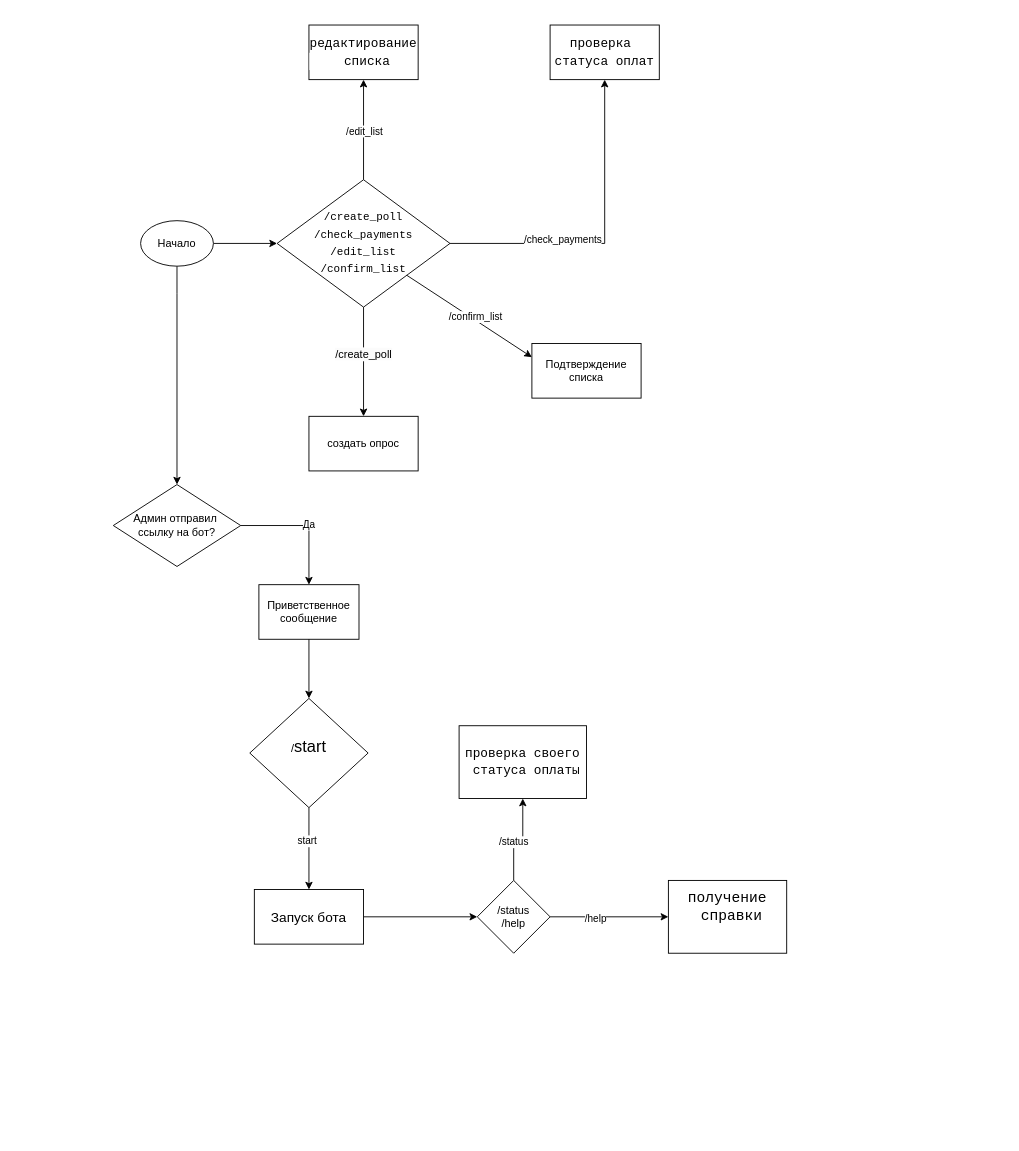
Above: Диаграмма без названия.drawio in NatashaTronina/tg_bot (draw.io), before the change. Source tidied: cells renumbered, new cells numbered last; positions are measured from the earlier drawing's top-left corner, leaving out a move shared by most shapes. Both pictures are drawn from the tidied source at 91%, with x=0, y=0 at pixel (113, 25).
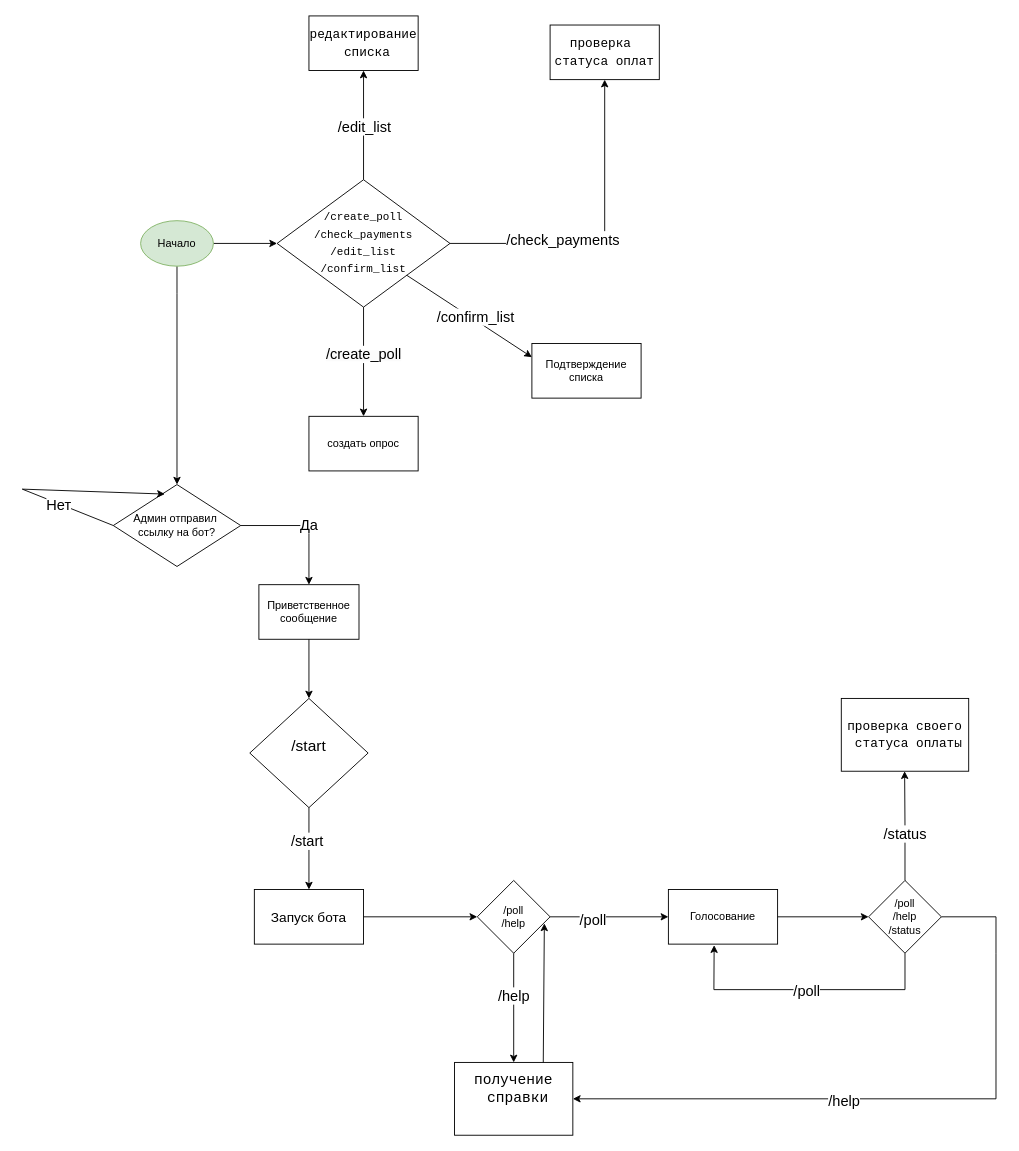
Above is the later version.

Commit message:
Диаграмма получше

Unchanged cells that the change refers to:
```xml
<mxCell id="2" style="edgeStyle=orthogonalEdgeStyle;rounded=0;jettySize=auto;html=1;" parent="1" edge="1" source="4" target="5">
  <mxGeometry relative="1" as="geometry" />
</mxCell>
<mxCell id="9" style="edgeStyle=orthogonalEdgeStyle;rounded=0;jettySize=auto;html=1;" parent="1" edge="1" source="15" target="16">
  <mxGeometry relative="1" as="geometry" />
</mxCell>
<mxCell id="11" style="edgeStyle=orthogonalEdgeStyle;rounded=0;jettySize=auto;html=1;" parent="1" edge="1" source="15" target="17">
  <mxGeometry relative="1" as="geometry" />
</mxCell>
<mxCell id="13" style="edgeStyle=orthogonalEdgeStyle;rounded=0;jettySize=auto;html=1;" parent="1" edge="1" source="15" target="18">
  <mxGeometry relative="1" as="geometry" />
</mxCell>
<mxCell id="20" style="endArrow=classic;html=1;rounded=0;entryX=0;entryY=0.25;entryDx=0;entryDy=0;exitX=1;exitY=1;exitDx=0;exitDy=0;" parent="1" edge="1" source="15" target="19">
  <mxGeometry relative="1" as="geometry" />
</mxCell>
<mxCell id="22" style="edgeStyle=orthogonalEdgeStyle;rounded=0;jettySize=auto;html=1;" parent="1" edge="1" source="24" target="26">
  <mxGeometry relative="1" as="geometry" />
</mxCell>
<mxCell id="30" style="edgeStyle=orthogonalEdgeStyle;rounded=0;jettySize=auto;html=1;" parent="1" edge="1" source="32" target="34">
  <mxGeometry relative="1" as="geometry" />
</mxCell>
```

The edit, as a diff of the source:
```diff
@@
-    <mxCell id="3" value="Да" style="edgeLabel;html=1;align=center;verticalAlign=middle;" parent="2" vertex="1">
+    <mxCell id="3" value="&lt;font style=&quot;font-size: 16px;&quot;&gt;Да&lt;/font&gt;" style="edgeLabel;html=1;align=center;verticalAlign=middle;" parent="2" vertex="1">
       <mxGeometry x="-0.19" y="2" relative="1" as="geometry">
         <mxPoint x="17" as="offset" />
       </mxGeometry>
     </mxCell>
-    <mxCell id="4" value="Админ отправил&amp;nbsp;&lt;div&gt;ссылку на бот?&lt;/div&gt;" style="rhombus;whiteSpace=wrap;html=1;rounded=0;" parent="1" vertex="1">
+    <mxCell id="4" value="Админ отправил&amp;nbsp;&lt;div&gt;ссылку на бот?&lt;/div&gt;" style="rhombus;whiteSpace=wrap;html=1;rounded=0;fillColor=none;" parent="1" vertex="1">
       <mxGeometry y="505" width="140" height="90" as="geometry" />
     </mxCell>
@@
-    <mxCell id="8" value="Начало" style="ellipse;whiteSpace=wrap;html=1;" parent="1" vertex="1">
+    <mxCell id="8" value="Начало" style="ellipse;whiteSpace=wrap;html=1;fillColor=#d5e8d4;strokeColor=#82b366;" parent="1" vertex="1">
       <mxGeometry x="30" y="215" width="80" height="50" as="geometry" />
     </mxCell>
@@
-    <mxCell id="10" value="&lt;span style=&quot;font-size: 12px; text-wrap-mode: wrap; background-color: rgb(251, 251, 251);&quot;&gt;/create_poll&lt;/span&gt;" style="edgeLabel;html=1;align=center;verticalAlign=middle;" parent="9" vertex="1">
+    <mxCell id="10" value="&lt;span style=&quot;text-wrap-mode: wrap; background-color: rgb(251, 251, 251);&quot;&gt;&lt;font style=&quot;font-size: 16px;&quot;&gt;/create_poll&lt;/font&gt;&lt;/span&gt;" style="edgeLabel;html=1;align=center;verticalAlign=middle;" parent="9" vertex="1">
       <mxGeometry x="-0.15" y="-1" relative="1" as="geometry" />
     </mxCell>
@@
-    <mxCell id="12" value="/check_payments" style="edgeLabel;html=1;align=center;verticalAlign=middle;" parent="11" vertex="1">
+    <mxCell id="12" value="&lt;font style=&quot;font-size: 16px;&quot;&gt;/check_payments&lt;/font&gt;" style="edgeLabel;html=1;align=center;verticalAlign=middle;" parent="11" vertex="1">
       <mxGeometry x="-0.3" y="5" relative="1" as="geometry">
         <mxPoint x="1" as="offset" />
       </mxGeometry>
     </mxCell>
@@
-    <mxCell id="14" value="/edit_list" style="edgeLabel;html=1;align=center;verticalAlign=middle;" parent="13" vertex="1">
+    <mxCell id="14" value="&lt;font style=&quot;font-size: 16px;&quot;&gt;/edit_list&lt;/font&gt;" style="edgeLabel;html=1;align=center;verticalAlign=middle;" parent="13" vertex="1">
       <mxGeometry x="-0.01" relative="1" as="geometry" />
     </mxCell>
@@
-    <mxCell id="17" value="&lt;div style=&quot;font-family: Consolas, &amp;quot;Courier New&amp;quot;, monospace; font-size: 14px; line-height: 19px; white-space: pre;&quot;&gt;&lt;span style=&quot;background-color: light-dark(#ffffff, var(--ge-dark-color, #121212));&quot;&gt;проверка &lt;/span&gt;&lt;/div&gt;&lt;div style=&quot;font-family: Consolas, &amp;quot;Courier New&amp;quot;, monospace; font-size: 14px; line-height: 19px; white-space: pre;&quot;&gt;статуса опла&lt;span&gt;т&lt;/span&gt;&lt;/div&gt;" style="whiteSpace=wrap;html=1;fillColor=none;" parent="1" vertex="1">
+    <mxCell id="17" value="&lt;div style=&quot;font-family: Consolas, &amp;quot;Courier New&amp;quot;, monospace; font-size: 14px; line-height: 19px; white-space: pre;&quot;&gt;&lt;span&gt;проверка&lt;/span&gt;&lt;span style=&quot;background-color: light-dark(#ffffff, var(--ge-dark-color, #121212));&quot;&gt; &lt;/span&gt;&lt;/div&gt;&lt;div style=&quot;font-family: Consolas, &amp;quot;Courier New&amp;quot;, monospace; font-size: 14px; line-height: 19px; white-space: pre;&quot;&gt;&lt;span style=&quot;background-color: light-dark(#ffffff, var(--ge-dark-color, #121212));&quot;&gt;статуса &lt;/span&gt;&lt;span&gt;оплат&lt;/span&gt;&lt;/div&gt;" style="whiteSpace=wrap;html=1;fillColor=none;" parent="1" vertex="1">
       <mxGeometry x="480" width="120" height="60" as="geometry" />
     </mxCell>
-    <mxCell id="18" value="&lt;div style=&quot;font-family: Consolas, &amp;quot;Courier New&amp;quot;, monospace; font-size: 14px; line-height: 19px; white-space: pre;&quot;&gt;&lt;span&gt;редактирование&lt;/span&gt;&lt;/div&gt;&lt;div style=&quot;font-family: Consolas, &amp;quot;Courier New&amp;quot;, monospace; font-size: 14px; line-height: 19px; white-space: pre; background-color: rgb(255, 255, 255);&quot;&gt;&lt;span&gt; списка&lt;/span&gt;&lt;/div&gt;" style="whiteSpace=wrap;html=1;fillColor=none;" parent="1" vertex="1">
-      <mxGeometry x="215" width="120" height="60" as="geometry" />
+    <mxCell id="18" value="&lt;div style=&quot;font-family: Consolas, &amp;quot;Courier New&amp;quot;, monospace; font-size: 14px; line-height: 19px; white-space: pre;&quot;&gt;&lt;span&gt;редактирование&lt;/span&gt;&lt;/div&gt;&lt;div style=&quot;font-family: Consolas, &amp;quot;Courier New&amp;quot;, monospace; font-size: 14px; line-height: 19px; white-space: pre;&quot;&gt;&lt;span&gt; списка&lt;/span&gt;&lt;/div&gt;" style="whiteSpace=wrap;html=1;fillColor=none;" parent="1" vertex="1">
+      <mxGeometry x="215" y="-10" width="120" height="60" as="geometry" />
     </mxCell>
-    <mxCell id="19" value="Подтверждение списка" style="rounded=0;whiteSpace=wrap;html=1;" parent="1" vertex="1">
+    <mxCell id="19" value="Подтверждение списка" style="rounded=0;whiteSpace=wrap;html=1;fillColor=none;" parent="1" vertex="1">
       <mxGeometry x="460" y="350" width="120" height="60" as="geometry" />
     </mxCell>
@@
-    <mxCell id="21" value="/confirm_list" style="edgeLabel;html=1;align=center;verticalAlign=middle;" parent="20" vertex="1">
+    <mxCell id="21" value="&lt;font style=&quot;font-size: 16px;&quot;&gt;/confirm_list&lt;/font&gt;" style="edgeLabel;html=1;align=center;verticalAlign=middle;" parent="20" vertex="1">
       <mxGeometry x="0.07" y="2" relative="1" as="geometry">
         <mxPoint y="-1" as="offset" />
       </mxGeometry>
     </mxCell>
@@
-    <mxCell id="23" value="start" style="edgeLabel;html=1;align=center;verticalAlign=middle;" parent="22" vertex="1">
+    <mxCell id="23" value="&lt;font style=&quot;font-size: 16px;&quot;&gt;/start&lt;/font&gt;" style="edgeLabel;html=1;align=center;verticalAlign=middle;" parent="22" vertex="1">
       <mxGeometry x="-0.2" y="-3" relative="1" as="geometry" />
     </mxCell>
-    <mxCell id="24" value="/&lt;font style=&quot;font-size: 18px;&quot;&gt;start&lt;/font&gt;&lt;div&gt;&lt;br&gt;&lt;/div&gt;" style="rhombus;whiteSpace=wrap;html=1;" parent="1" vertex="1">
+    <mxCell id="24" value="&lt;font style=&quot;font-size: 17px;&quot;&gt;/&lt;font style=&quot;&quot;&gt;start&lt;/font&gt;&lt;/font&gt;&lt;div&gt;&lt;br&gt;&lt;/div&gt;" style="rhombus;whiteSpace=wrap;html=1;fillColor=none;" parent="1" vertex="1">
       <mxGeometry x="150" y="740" width="130" height="120" as="geometry" />
     </mxCell>
@@
-    <mxCell id="26" value="&lt;font style=&quot;font-size: 15px;&quot;&gt;Запуск бота&lt;/font&gt;" style="whiteSpace=wrap;html=1;" parent="1" vertex="1">
+    <mxCell id="26" value="&lt;font style=&quot;font-size: 15px;&quot;&gt;Запуск бота&lt;/font&gt;" style="whiteSpace=wrap;html=1;fillColor=none;" parent="1" vertex="1">
       <mxGeometry x="155" y="950" width="120" height="60" as="geometry" />
     </mxCell>
@@
-    <mxCell id="28" style="edgeStyle=orthogonalEdgeStyle;rounded=0;jettySize=auto;html=1;" parent="1" edge="1" source="32" target="33">
-      <mxGeometry relative="1" as="geometry" />
+    <mxCell id="28" style="edgeStyle=orthogonalEdgeStyle;rounded=0;jettySize=auto;html=1;exitX=0.5;exitY=0;exitDx=0;exitDy=0;" parent="1" edge="1" source="41">
+      <mxGeometry relative="1" as="geometry">
+        <mxPoint x="869.6" y="820" as="targetPoint" />
+      </mxGeometry>
     </mxCell>
-    <mxCell id="29" value="/status" style="edgeLabel;html=1;align=center;verticalAlign=middle;" parent="28" vertex="1">
+    <mxCell id="29" value="&lt;font style=&quot;font-size: 16px;&quot;&gt;/status&lt;/font&gt;" style="edgeLabel;html=1;align=center;verticalAlign=middle;" parent="28" vertex="1">
       <mxGeometry x="-0.14" y="1" relative="1" as="geometry" />
     </mxCell>
@@
-    <mxCell id="31" value="/help" style="edgeLabel;html=1;align=center;verticalAlign=middle;" parent="30" vertex="1">
+    <mxCell id="31" value="&lt;font style=&quot;font-size: 16px;&quot;&gt;/help&lt;/font&gt;" style="edgeLabel;html=1;align=center;verticalAlign=middle;" parent="30" vertex="1">
       <mxGeometry x="-0.24" y="-1" relative="1" as="geometry" />
     </mxCell>
+    <mxCell id="35" style="edgeStyle=orthogonalEdgeStyle;rounded=0;jettySize=auto;html=1;" parent="1" edge="1" source="32" target="40">
+      <mxGeometry relative="1" as="geometry" />
+    </mxCell>
+    <mxCell id="36" value="&lt;font style=&quot;font-size: 16px;&quot;&gt;/poll&lt;/font&gt;" style="edgeLabel;html=1;align=center;verticalAlign=middle;" parent="35" vertex="1">
+      <mxGeometry x="-0.29" y="-2" relative="1" as="geometry" />
+    </mxCell>
-    <mxCell id="32" value="&lt;div&gt;/status&lt;/div&gt;&lt;div&gt;/help&lt;/div&gt;" style="rhombus;whiteSpace=wrap;html=1;" parent="1" vertex="1">
+    <mxCell id="32" value="&lt;div&gt;&lt;span style=&quot;background-color: transparent; color: light-dark(rgb(0, 0, 0), rgb(255, 255, 255));&quot;&gt;/poll&lt;/span&gt;&lt;/div&gt;&lt;div&gt;&lt;span style=&quot;background-color: transparent; color: light-dark(rgb(0, 0, 0), rgb(255, 255, 255));&quot;&gt;/help&lt;/span&gt;&lt;/div&gt;" style="rhombus;whiteSpace=wrap;html=1;fillColor=none;" parent="1" vertex="1">
       <mxGeometry x="400" y="940" width="80" height="80" as="geometry" />
     </mxCell>
-    <mxCell id="33" value="&lt;div style=&quot;font-family: Consolas, &amp;quot;Courier New&amp;quot;, monospace; font-size: 14px; line-height: 19px; white-space: pre;&quot;&gt;&lt;span&gt;проверка своего&lt;/span&gt;&lt;/div&gt;&lt;div style=&quot;font-family: Consolas, &amp;quot;Courier New&amp;quot;, monospace; font-size: 14px; line-height: 19px; white-space: pre;&quot;&gt;&lt;span&gt; статуса оплаты&lt;/span&gt;&lt;/div&gt;" style="whiteSpace=wrap;html=1;" parent="1" vertex="1">
-      <mxGeometry x="380" y="770" width="140" height="80" as="geometry" />
+    <mxCell id="33" value="&lt;div style=&quot;font-family: Consolas, &amp;quot;Courier New&amp;quot;, monospace; font-size: 14px; line-height: 19px; white-space: pre;&quot;&gt;&lt;span&gt;проверка своего&lt;/span&gt;&lt;/div&gt;&lt;div style=&quot;font-family: Consolas, &amp;quot;Courier New&amp;quot;, monospace; font-size: 14px; line-height: 19px; white-space: pre;&quot;&gt;&lt;span&gt; статуса оплаты&lt;/span&gt;&lt;/div&gt;" style="whiteSpace=wrap;html=1;fillColor=none;" parent="1" vertex="1">
+      <mxGeometry x="800" y="740" width="140" height="80" as="geometry" />
     </mxCell>
-    <mxCell id="34" value="&lt;div style=&quot;font-family: Consolas, &amp;quot;Courier New&amp;quot;, monospace; line-height: 19px; white-space: pre;&quot;&gt;&lt;div style=&quot;&quot;&gt;&lt;span&gt;&lt;font style=&quot;font-size: 16px;&quot;&gt;получение&lt;/font&gt;&lt;/span&gt;&lt;/div&gt;&lt;div style=&quot;&quot;&gt;&lt;span&gt;&lt;font style=&quot;font-size: 16px;&quot;&gt; справки&lt;/font&gt;&lt;/span&gt;&lt;/div&gt;&lt;span style=&quot;font-size: 14px; background-color: rgb(255, 255, 255);&quot;&gt;&lt;br&gt;&lt;/span&gt;&lt;/div&gt;" style="whiteSpace=wrap;html=1;" parent="1" vertex="1">
-      <mxGeometry x="610" y="940" width="130" height="80" as="geometry" />
+    <mxCell id="34" value="&lt;div style=&quot;font-family: Consolas, &amp;quot;Courier New&amp;quot;, monospace; line-height: 19px; white-space: pre;&quot;&gt;&lt;div style=&quot;&quot;&gt;&lt;span&gt;&lt;font style=&quot;font-size: 16px;&quot;&gt;получение&lt;/font&gt;&lt;/span&gt;&lt;/div&gt;&lt;div style=&quot;&quot;&gt;&lt;span&gt;&lt;font style=&quot;font-size: 16px;&quot;&gt; справки&lt;/font&gt;&lt;/span&gt;&lt;/div&gt;&lt;span style=&quot;font-size: 14px; background-color: rgb(255, 255, 255);&quot;&gt;&lt;br&gt;&lt;/span&gt;&lt;/div&gt;" style="whiteSpace=wrap;html=1;fillColor=none;" parent="1" vertex="1">
+      <mxGeometry x="375" y="1140" width="130" height="80" as="geometry" />
     </mxCell>
+    <mxCell id="37" style="endArrow=classic;html=1;rounded=0;entryX=0.405;entryY=0.116;entryDx=0;entryDy=0;entryPerimeter=0;" parent="1" edge="1" target="4">
+      <mxGeometry relative="1" as="geometry">
+        <mxPoint y="550" as="sourcePoint" />
+        <Array as="points">
+          <mxPoint x="-100" y="510" />
+        </Array>
+      </mxGeometry>
+    </mxCell>
+    <mxCell id="38" value="&lt;font style=&quot;font-size: 16px;&quot;&gt;Нет&lt;/font&gt;" style="edgeLabel;html=1;align=center;verticalAlign=middle;" parent="37" vertex="1">
+      <mxGeometry x="-0.5" y="1" relative="1" as="geometry">
+        <mxPoint x="1" as="offset" />
+      </mxGeometry>
+    </mxCell>
+    <mxCell id="39" style="edgeStyle=orthogonalEdgeStyle;rounded=0;jettySize=auto;html=1;" parent="1" edge="1" source="40" target="41">
+      <mxGeometry relative="1" as="geometry" />
+    </mxCell>
+    <mxCell id="40" value="Голосование" style="whiteSpace=wrap;html=1;fillColor=none;" parent="1" vertex="1">
+      <mxGeometry x="610" y="950" width="120" height="60" as="geometry" />
+    </mxCell>
+    <mxCell id="41" value="&lt;div&gt;&lt;span style=&quot;background-color: transparent; color: light-dark(rgb(0, 0, 0), rgb(255, 255, 255));&quot;&gt;/poll&lt;/span&gt;&lt;/div&gt;&lt;div&gt;&lt;span style=&quot;background-color: transparent; color: light-dark(rgb(0, 0, 0), rgb(255, 255, 255));&quot;&gt;/help&lt;/span&gt;&lt;/div&gt;&lt;div&gt;&lt;span style=&quot;background-color: transparent; color: light-dark(rgb(0, 0, 0), rgb(255, 255, 255));&quot;&gt;/status&lt;/span&gt;&lt;/div&gt;" style="rhombus;whiteSpace=wrap;html=1;fillColor=none;" parent="1" vertex="1">
+      <mxGeometry x="830" y="940" width="80" height="80" as="geometry" />
+    </mxCell>
+    <mxCell id="42" style="endArrow=classic;html=1;rounded=0;entryX=0.921;entryY=0.59;entryDx=0;entryDy=0;entryPerimeter=0;exitX=0.75;exitY=0;exitDx=0;exitDy=0;" parent="1" edge="1" source="34" target="32">
+      <mxGeometry relative="1" as="geometry" />
+    </mxCell>
+    <mxCell id="43" style="endArrow=classic;html=1;rounded=0;entryX=1;entryY=0.5;entryDx=0;entryDy=0;exitX=1;exitY=0.5;exitDx=0;exitDy=0;" parent="1" edge="1" source="41" target="34">
+      <mxGeometry relative="1" as="geometry">
+        <Array as="points">
+          <mxPoint x="970" y="980" />
+          <mxPoint x="970" y="1020" />
+          <mxPoint x="970" y="1180" />
+        </Array>
+      </mxGeometry>
+    </mxCell>
+    <mxCell id="44" value="&lt;font style=&quot;font-size: 16px;&quot;&gt;/help&lt;/font&gt;" style="edgeLabel;html=1;align=center;verticalAlign=middle;" parent="43" vertex="1">
+      <mxGeometry x="0.18" y="1" relative="1" as="geometry" />
+    </mxCell>
+    <mxCell id="45" style="endArrow=classic;html=1;rounded=0;exitX=0.5;exitY=1;exitDx=0;exitDy=0;entryX=0.419;entryY=1.019;entryDx=0;entryDy=0;entryPerimeter=0;" parent="1" edge="1" source="41" target="40">
+      <mxGeometry relative="1" as="geometry">
+        <Array as="points">
+          <mxPoint x="870" y="1060" />
+          <mxPoint x="660" y="1060" />
+        </Array>
+      </mxGeometry>
+    </mxCell>
+    <mxCell id="46" value="&lt;font style=&quot;font-size: 16px;&quot;&gt;/poll&lt;/font&gt;" style="edgeLabel;html=1;align=center;verticalAlign=middle;" parent="45" vertex="1">
+      <mxGeometry x="0.16" y="1" relative="1" as="geometry">
+        <mxPoint x="24" as="offset" />
+      </mxGeometry>
+    </mxCell>
```
